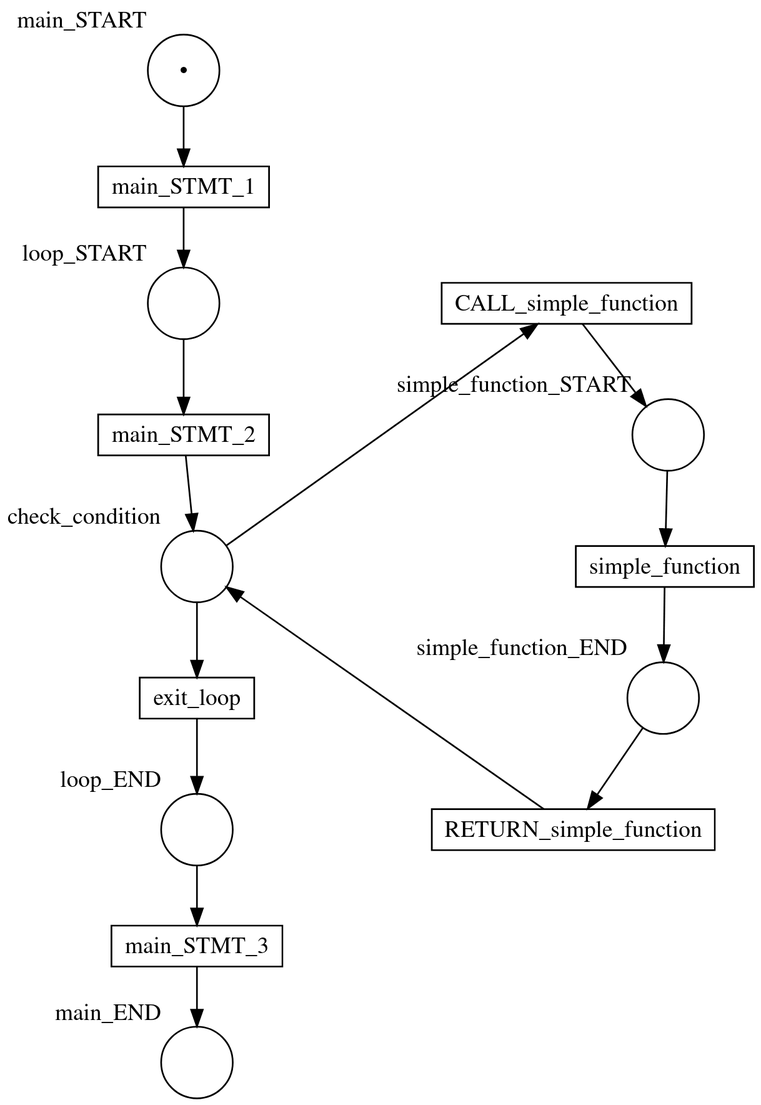
Earlier version of the Graphviz export images/repeated-function-call.png (hlisdero/thesis). Its source is kept beside it as dot/repeated-function-call.dot. Its diagram source:
```dot
digraph repeated_function_call {
    nodesep=1.0;

    main_START [width=0.6 shape="circle" xlabel="main_START" label="•"];
    main_END [width=0.6 shape="circle" xlabel="main_END" label=""];
    loop_START [width=0.6 shape="circle" xlabel="loop_START" label=""];
    check_condition [width=0.6 shape="circle" xlabel="check_condition" label=""];
    loop_END [width=0.6 shape="circle" xlabel="loop_END" label=""];
    simple_function_START [width=0.6 shape="circle" xlabel="simple_function_START" label=""];
    simple_function_END [width=0.6 shape="circle" xlabel="simple_function_END" label=""];

    main_STMT_1 [height=0.1 shape="box" xlabel="" label="main_STMT_1"];
    main_STMT_2 [height=0.1 shape="box" xlabel="" label="main_STMT_2"];
    CALL_simple_function [height=0.1 shape="box" xlabel="" label="CALL_simple_function"];
    simple_function [height=0.1 shape="box" xlabel="" label="simple_function"];
    RETURN_simple_function [height=0.1 shape="box" xlabel="" label="RETURN_simple_function"];
    exit_loop [height=0.1 shape="box" xlabel="" label="exit_loop"];
    main_STMT_3 [height=0.1 shape="box" xlabel="" label="main_STMT_3"];

    main_START -> main_STMT_1;
    main_STMT_1 -> loop_START;
    loop_START -> main_STMT_2;
    main_STMT_2 -> check_condition [weight=10];
    check_condition -> CALL_simple_function  [weight=5];
    CALL_simple_function -> simple_function_START [weight=5];
    simple_function_START -> simple_function [weight=5];
    simple_function -> simple_function_END [weight=5];
    simple_function_END -> RETURN_simple_function [weight=5];
    RETURN_simple_function -> check_condition [weight=5];
    check_condition -> exit_loop [weight=10];
    exit_loop -> loop_END;
    loop_END -> main_STMT_3;
    main_STMT_3 -> main_END;

    {rank = min; main_START;}
    {rank = same; loop_START; CALL_simple_function;}
    {rank = same; main_STMT_2; simple_function_START;}
    {rank = same; check_condition; simple_function;}
    {rank = same; exit_loop; simple_function_END;}
    {rank = same; loop_END; RETURN_simple_function;}
    {rank = max; main_END;}
}
```
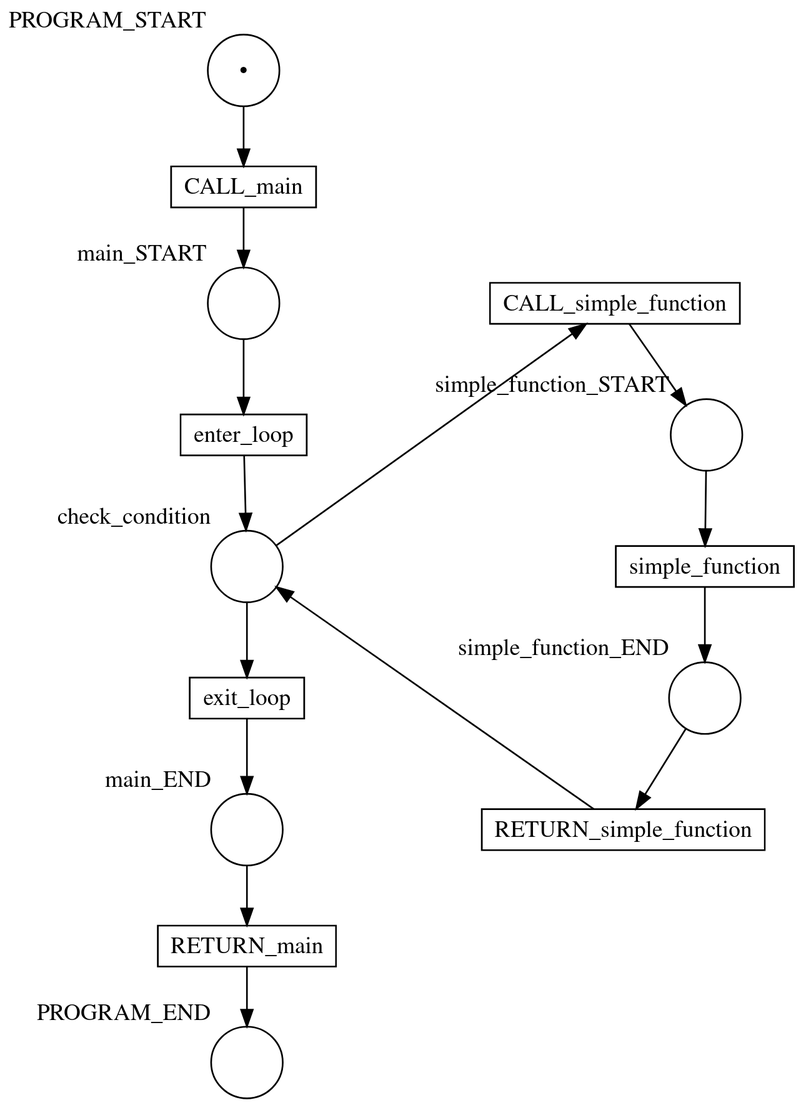
Later version of the same file.

Commit message:
Improve repeated-function-call diagram

What changed in the source:
```diff
@@ -1,26 +1,26 @@
 digraph repeated_function_call {
     nodesep=1.0;
 
-    main_START [width=0.6 shape="circle" xlabel="main_START" label="•"];
+    PROGRAM_START [width=0.6 shape="circle" xlabel="PROGRAM_START" label="•"];
+    PROGRAM_END [width=0.6 shape="circle" xlabel="PROGRAM_END" label=""];
+    main_START [width=0.6 shape="circle" xlabel="main_START" label=""];
+    check_condition [width=0.6 shape="circle" xlabel="check_condition" label=""];
     main_END [width=0.6 shape="circle" xlabel="main_END" label=""];
-    loop_START [width=0.6 shape="circle" xlabel="loop_START" label=""];
-    check_condition [width=0.6 shape="circle" xlabel="check_condition" label=""];
-    loop_END [width=0.6 shape="circle" xlabel="loop_END" label=""];
     simple_function_START [width=0.6 shape="circle" xlabel="simple_function_START" label=""];
     simple_function_END [width=0.6 shape="circle" xlabel="simple_function_END" label=""];
 
-    main_STMT_1 [height=0.1 shape="box" xlabel="" label="main_STMT_1"];
-    main_STMT_2 [height=0.1 shape="box" xlabel="" label="main_STMT_2"];
+    CALL_main [height=0.1 shape="box" xlabel="" label="CALL_main"];
+    enter_loop [height=0.1 shape="box" xlabel="" label="enter_loop"];
     CALL_simple_function [height=0.1 shape="box" xlabel="" label="CALL_simple_function"];
     simple_function [height=0.1 shape="box" xlabel="" label="simple_function"];
     RETURN_simple_function [height=0.1 shape="box" xlabel="" label="RETURN_simple_function"];
     exit_loop [height=0.1 shape="box" xlabel="" label="exit_loop"];
-    main_STMT_3 [height=0.1 shape="box" xlabel="" label="main_STMT_3"];
+    RETURN_main [height=0.1 shape="box" xlabel="" label="RETURN_main"];
 
-    main_START -> main_STMT_1;
-    main_STMT_1 -> loop_START;
-    loop_START -> main_STMT_2;
-    main_STMT_2 -> check_condition [weight=10];
+    PROGRAM_START -> CALL_main;
+    CALL_main -> main_START;
+    main_START -> enter_loop;
+    enter_loop -> check_condition [weight=10];
     check_condition -> CALL_simple_function  [weight=5];
     CALL_simple_function -> simple_function_START [weight=5];
     simple_function_START -> simple_function [weight=5];
@@ -28,15 +28,15 @@
     simple_function_END -> RETURN_simple_function [weight=5];
     RETURN_simple_function -> check_condition [weight=5];
     check_condition -> exit_loop [weight=10];
-    exit_loop -> loop_END;
-    loop_END -> main_STMT_3;
-    main_STMT_3 -> main_END;
+    exit_loop -> main_END;
+    main_END -> RETURN_main;
+    RETURN_main -> PROGRAM_END;
 
-    {rank = min; main_START;}
-    {rank = same; loop_START; CALL_simple_function;}
-    {rank = same; main_STMT_2; simple_function_START;}
+    {rank = min; PROGRAM_START;}
+    {rank = same; main_START; CALL_simple_function;}
+    {rank = same; enter_loop; simple_function_START;}
     {rank = same; check_condition; simple_function;}
     {rank = same; exit_loop; simple_function_END;}
-    {rank = same; loop_END; RETURN_simple_function;}
-    {rank = max; main_END;}
+    {rank = same; main_END; RETURN_simple_function;}
+    {rank = max; PROGRAM_END;}
 }
```
